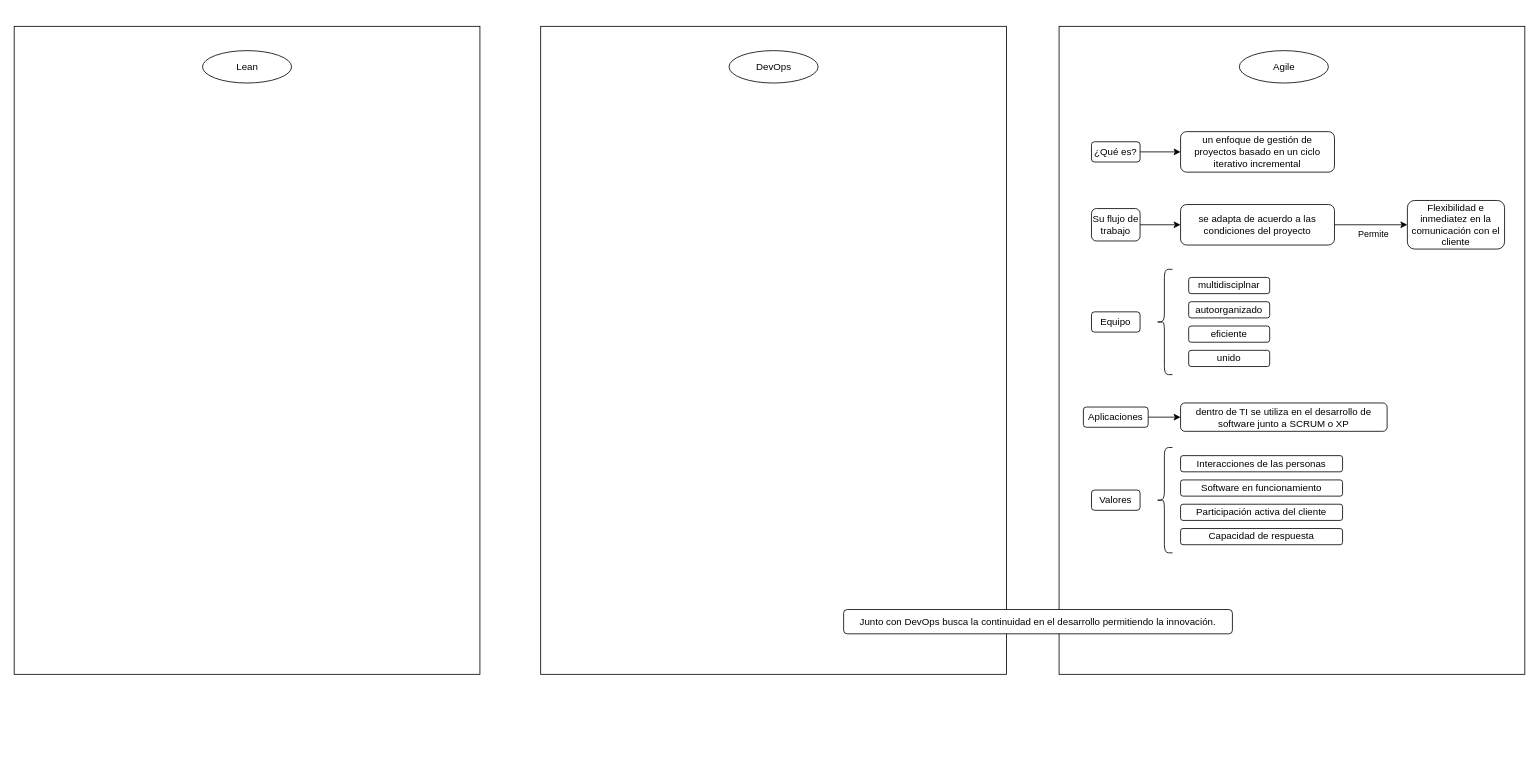
Earlier version of the draw.io diagram Mapa conceptual - DevOps, Lean y Agile.drawio (dbchango/Crecimiento_evol_sw). Source tidied: cells renumbered, new cells numbered last; positions are measured from the earlier drawing's top-left corner, leaving out a move shared by most shapes. Both pictures are drawn from the tidied source at 81%, with x=0, y=0 at pixel (14, 26). Pictures stored in the file or linked from it are replaced by grey dashed boxes.
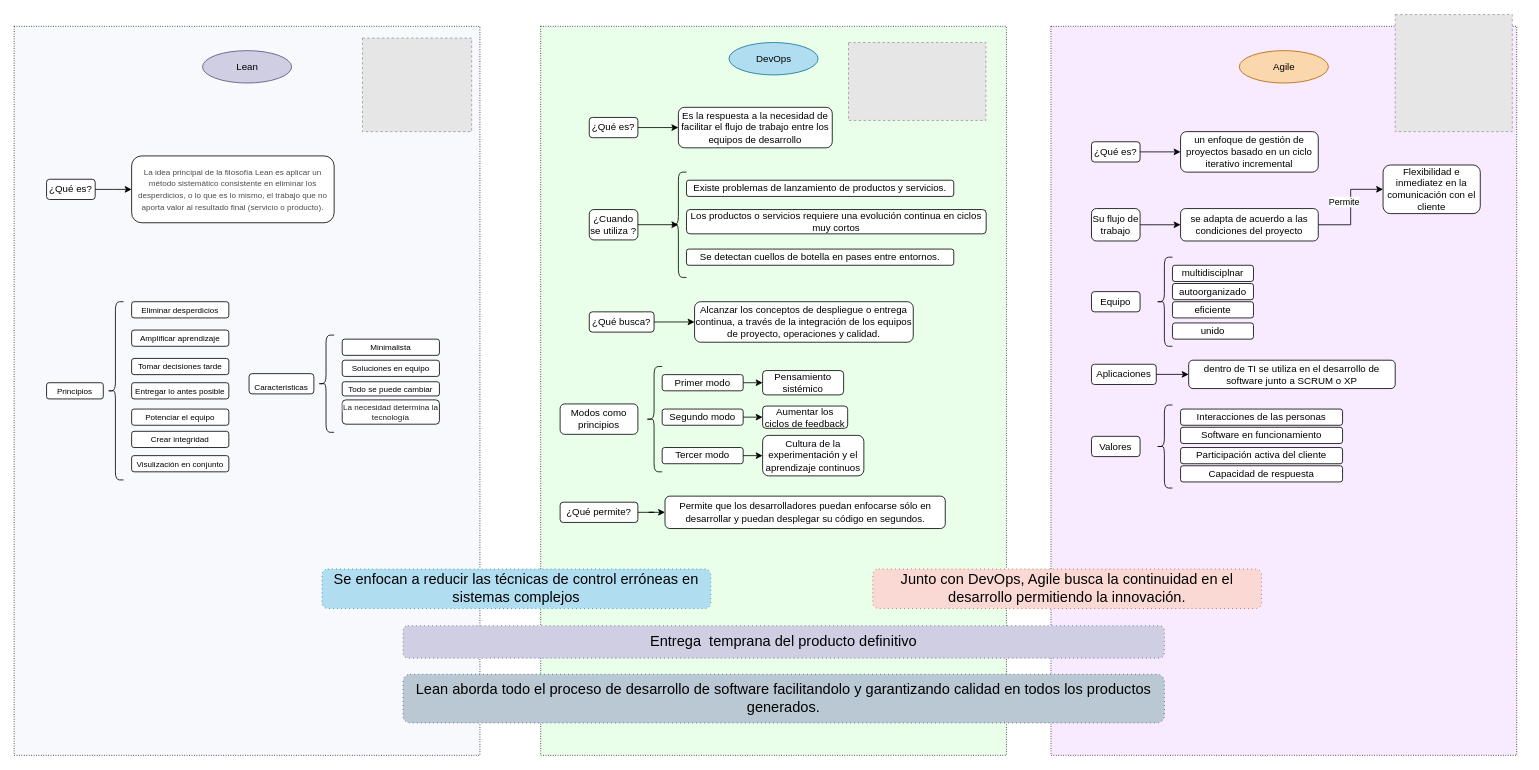
The same diagram, later.

Commit message:
Mapa conceptual terminado

The edit, as a diff of the source:
```diff
@@
-    <mxCell id="2" style="rounded=0;whiteSpace=wrap;html=1;" parent="1" vertex="1">
-      <mxGeometry width="575" height="800" as="geometry" />
-    </mxCell>
-    <mxCell id="3" style="rounded=0;whiteSpace=wrap;html=1;" parent="1" vertex="1">
-      <mxGeometry x="650" width="575" height="800" as="geometry" />
-    </mxCell>
-    <mxCell id="4" style="rounded=0;whiteSpace=wrap;html=1;" parent="1" vertex="1">
-      <mxGeometry x="1290" width="575" height="800" as="geometry" />
-    </mxCell>
+    <mxCell id="33" style="rounded=0;whiteSpace=wrap;html=1;dashed=1;dashPattern=1 2;shadow=0;fillColor=#F7F9FC;" parent="1" vertex="1">
+      <mxGeometry width="575" height="900" as="geometry" />
+    </mxCell>
+    <mxCell id="34" style="rounded=0;whiteSpace=wrap;html=1;dashed=1;dashPattern=1 2;fillColor=#EAFFE9;" parent="1" vertex="1">
+      <mxGeometry x="650" width="575" height="900" as="geometry" />
+    </mxCell>
+    <mxCell id="35" style="rounded=0;whiteSpace=wrap;html=1;dashed=1;dashPattern=1 2;fillColor=#F8EBFF;" parent="1" vertex="1">
+      <mxGeometry x="1280" width="575" height="900" as="geometry" />
+    </mxCell>
-    <mxCell id="5" value="Lean" style="ellipse;whiteSpace=wrap;html=1;" parent="1" vertex="1">
+    <mxCell id="5" value="Lean" style="ellipse;whiteSpace=wrap;html=1;fillColor=#d0cee2;strokeColor=#56517e;" parent="1" vertex="1">
       <mxGeometry x="232.5" y="30" width="110" height="40" as="geometry" />
     </mxCell>
-    <mxCell id="6" value="DevOps" style="ellipse;whiteSpace=wrap;html=1;" parent="1" vertex="1">
-      <mxGeometry x="882.5" y="30" width="110" height="40" as="geometry" />
+    <mxCell id="6" value="DevOps" style="ellipse;whiteSpace=wrap;html=1;fillColor=#b1ddf0;strokeColor=#10739e;" parent="1" vertex="1">
+      <mxGeometry x="882.5" y="20" width="110" height="40" as="geometry" />
     </mxCell>
-    <mxCell id="7" value="Agile" style="ellipse;whiteSpace=wrap;html=1;" parent="1" vertex="1">
+    <mxCell id="7" value="Agile" style="ellipse;whiteSpace=wrap;html=1;fillColor=#fad7ac;strokeColor=#b46504;" parent="1" vertex="1">
       <mxGeometry x="1512.5" y="30" width="110" height="40" as="geometry" />
     </mxCell>
     <mxCell id="8" value="un enfoque de gestión de proyectos basado en un ciclo iterativo incremental" style="rounded=1;whiteSpace=wrap;html=1;" parent="1" vertex="1">
-      <mxGeometry x="1440" y="130" width="190" height="50" as="geometry" />
+      <mxGeometry x="1440" y="130" width="170" height="50" as="geometry" />
     </mxCell>
@@
     <mxCell id="11" value="se adapta de acuerdo a las condiciones del proyecto" style="rounded=1;whiteSpace=wrap;html=1;" parent="1" vertex="1">
-      <mxGeometry x="1440" y="220" width="190" height="50" as="geometry" />
+      <mxGeometry x="1440" y="225" width="170" height="40" as="geometry" />
     </mxCell>
     <mxCell id="12" value="Flexibilidad e inmediatez en la comunicación con el cliente" style="rounded=1;whiteSpace=wrap;html=1;" parent="1" vertex="1">
-      <mxGeometry x="1720" y="215" width="120" height="60" as="geometry" />
+      <mxGeometry x="1690" y="171.2" width="120" height="60" as="geometry" />
     </mxCell>
     <mxCell id="13" value="Equipo" style="rounded=1;whiteSpace=wrap;html=1;" parent="1" vertex="1">
-      <mxGeometry x="1330" y="352.5" width="60" height="25" as="geometry" />
+      <mxGeometry x="1330" y="327.5" width="60" height="25" as="geometry" />
     </mxCell>
@@
     <mxCell id="18" value="multidisciplnar" style="rounded=1;whiteSpace=wrap;html=1;" parent="1" vertex="1">
-      <mxGeometry x="1450" y="310" width="100" height="20" as="geometry" />
+      <mxGeometry x="1430" y="295" width="100" height="20" as="geometry" />
     </mxCell>
     <mxCell id="19" value="autoorganizado" style="rounded=1;whiteSpace=wrap;html=1;" parent="1" vertex="1">
-      <mxGeometry x="1450" y="340" width="100" height="20" as="geometry" />
+      <mxGeometry x="1430" y="317.5" width="100" height="20" as="geometry" />
     </mxCell>
     <mxCell id="20" value="eficiente" style="rounded=1;whiteSpace=wrap;html=1;" parent="1" vertex="1">
-      <mxGeometry x="1450" y="370" width="100" height="20" as="geometry" />
+      <mxGeometry x="1430" y="340" width="100" height="20" as="geometry" />
     </mxCell>
     <mxCell id="21" value="unido" style="rounded=1;whiteSpace=wrap;html=1;" parent="1" vertex="1">
-      <mxGeometry x="1450" y="400" width="100" height="20" as="geometry" />
+      <mxGeometry x="1430" y="366.2" width="100" height="20" as="geometry" />
     </mxCell>
-    <mxCell id="22" style="shape=curlyBracket;whiteSpace=wrap;html=1;rounded=1;" parent="1" vertex="1">
-      <mxGeometry x="1410" y="300" width="20" height="130" as="geometry" />
-    </mxCell>
+    <mxCell id="36" style="shape=curlyBracket;whiteSpace=wrap;html=1;rounded=1;" parent="1" vertex="1">
+      <mxGeometry x="1410" y="285" width="20" height="110" as="geometry" />
+    </mxCell>
@@
     <mxCell id="24" value="Aplicaciones" style="rounded=1;whiteSpace=wrap;html=1;" parent="1" vertex="1">
-      <mxGeometry x="1320" y="470" width="80" height="25" as="geometry" />
+      <mxGeometry x="1330" y="417.2" width="80" height="25" as="geometry" />
     </mxCell>
     <mxCell id="25" value="dentro de TI se utiliza en el desarrollo de software junto a SCRUM o XP" style="rounded=1;whiteSpace=wrap;html=1;" parent="1" vertex="1">
-      <mxGeometry x="1440" y="465" width="255" height="35" as="geometry" />
+      <mxGeometry x="1450" y="412.2" width="255" height="35" as="geometry" />
     </mxCell>
     <mxCell id="26" value="Valores" style="rounded=1;whiteSpace=wrap;html=1;" parent="1" vertex="1">
-      <mxGeometry x="1330" y="572.5" width="60" height="25" as="geometry" />
+      <mxGeometry x="1330" y="506.2" width="60" height="25" as="geometry" />
     </mxCell>
-    <mxCell id="27" style="shape=curlyBracket;whiteSpace=wrap;html=1;rounded=1;" parent="1" vertex="1">
-      <mxGeometry x="1410" y="520" width="20" height="130" as="geometry" />
-    </mxCell>
+    <mxCell id="37" style="shape=curlyBracket;whiteSpace=wrap;html=1;rounded=1;" parent="1" vertex="1">
+      <mxGeometry x="1410" y="467.5" width="20" height="102.5" as="geometry" />
+    </mxCell>
     <mxCell id="28" value="Interacciones de las personas" style="rounded=1;whiteSpace=wrap;html=1;" parent="1" vertex="1">
-      <mxGeometry x="1440" y="530" width="200" height="20" as="geometry" />
+      <mxGeometry x="1440" y="472.5" width="200" height="20" as="geometry" />
     </mxCell>
     <mxCell id="29" value="Software en funcionamiento" style="rounded=1;whiteSpace=wrap;html=1;" parent="1" vertex="1">
-      <mxGeometry x="1440" y="560" width="200" height="20" as="geometry" />
+      <mxGeometry x="1440" y="495" width="200" height="20" as="geometry" />
     </mxCell>
     <mxCell id="30" value="Participación activa del cliente" style="rounded=1;whiteSpace=wrap;html=1;" parent="1" vertex="1">
-      <mxGeometry x="1440" y="590" width="200" height="20" as="geometry" />
+      <mxGeometry x="1440" y="520" width="200" height="20" as="geometry" />
     </mxCell>
     <mxCell id="31" value="Capacidad de respuesta" style="rounded=1;whiteSpace=wrap;html=1;" parent="1" vertex="1">
-      <mxGeometry x="1440" y="620" width="200" height="20" as="geometry" />
+      <mxGeometry x="1440" y="542.5" width="200" height="20" as="geometry" />
     </mxCell>
-    <mxCell id="32" value="Junto con DevOps busca la continuidad en el desarrollo permitiendo la innovación." style="rounded=1;whiteSpace=wrap;html=1;" parent="1" vertex="1">
-      <mxGeometry x="1024" y="720" width="480" height="30" as="geometry" />
-    </mxCell>
+    <mxCell id="38" value="&lt;font style=&quot;font-size: 18px&quot;&gt;Junto con DevOps, Agile busca la continuidad en el desarrollo permitiendo la innovación.&lt;/font&gt;" style="rounded=1;whiteSpace=wrap;html=1;dashed=1;dashPattern=1 4;fillColor=#fad9d5;strokeColor=#ae4132;" parent="1" vertex="1">
+      <mxGeometry x="1060" y="670" width="480" height="48.8" as="geometry" />
+    </mxCell>
+    <mxCell id="39" style="edgeStyle=orthogonalEdgeStyle;rounded=0;jettySize=auto;html=1;exitX=1;exitY=0.5;exitDx=0;exitDy=0;" parent="1" edge="1" source="40" target="41">
+      <mxGeometry relative="1" as="geometry" />
+    </mxCell>
+    <mxCell id="40" value="¿Qué es?" style="rounded=1;whiteSpace=wrap;html=1;" parent="1" vertex="1">
+      <mxGeometry x="40" y="188.8" width="60" height="25" as="geometry" />
+    </mxCell>
+    <mxCell id="41" value="&lt;span style=&quot;color: rgb(75 , 75 , 77) ; font-family: , &amp;#34;futura&amp;#34; , sans-serif ; background-color: rgb(255 , 255 , 255)&quot;&gt;&lt;font style=&quot;font-size: 10px&quot;&gt;La idea principal de la filosofía Lean es aplicar un método sistemático consistente en eliminar los desperdicios, o lo que es lo mismo, el trabajo que no aporta valor al resultado final (servicio o producto).&lt;/font&gt;&lt;/span&gt;" style="rounded=1;whiteSpace=wrap;html=1;" parent="1" vertex="1">
+      <mxGeometry x="145" y="160" width="250" height="82.5" as="geometry" />
+    </mxCell>
+    <mxCell id="42" value="Principios" style="rounded=1;whiteSpace=wrap;html=1;fontSize=10;" parent="1" vertex="1">
+      <mxGeometry x="40" y="440" width="70" height="20" as="geometry" />
+    </mxCell>
+    <mxCell id="43" style="shape=curlyBracket;whiteSpace=wrap;html=1;rounded=1;" parent="1" vertex="1">
+      <mxGeometry x="115" y="340" width="20" height="220" as="geometry" />
+    </mxCell>
+    <mxCell id="44" value="Eliminar desperdicios" style="rounded=1;whiteSpace=wrap;html=1;fontSize=10;" parent="1" vertex="1">
+      <mxGeometry x="145" y="340" width="120" height="20" as="geometry" />
+    </mxCell>
+    <mxCell id="45" value="Amplificar aprendizaje" style="rounded=1;whiteSpace=wrap;html=1;fontSize=10;" parent="1" vertex="1">
+      <mxGeometry x="145" y="375" width="120" height="20" as="geometry" />
+    </mxCell>
+    <mxCell id="46" value="Tomar decisiones tarde" style="rounded=1;whiteSpace=wrap;html=1;fontSize=10;" parent="1" vertex="1">
+      <mxGeometry x="145" y="410" width="120" height="20" as="geometry" />
+    </mxCell>
+    <mxCell id="47" value="Entregar lo antes posible" style="rounded=1;whiteSpace=wrap;html=1;fontSize=10;" parent="1" vertex="1">
+      <mxGeometry x="145" y="440" width="120" height="20" as="geometry" />
+    </mxCell>
+    <mxCell id="48" value="Potenciar el equipo" style="rounded=1;whiteSpace=wrap;html=1;fontSize=10;" parent="1" vertex="1">
+      <mxGeometry x="145" y="472.5" width="120" height="20" as="geometry" />
+    </mxCell>
+    <mxCell id="49" value="Crear integridad" style="rounded=1;whiteSpace=wrap;html=1;fontSize=10;" parent="1" vertex="1">
+      <mxGeometry x="145" y="500" width="120" height="20" as="geometry" />
+    </mxCell>
+    <mxCell id="50" value="Visulización en conjunto" style="rounded=1;whiteSpace=wrap;html=1;fontSize=10;" parent="1" vertex="1">
+      <mxGeometry x="145" y="530" width="120" height="20" as="geometry" />
+    </mxCell>
+    <mxCell id="51" value="&lt;font style=&quot;font-size: 18px&quot;&gt;Entrega&amp;nbsp; temprana del producto definitivo&lt;/font&gt;" style="rounded=1;whiteSpace=wrap;html=1;fontSize=8;dashed=1;dashPattern=1 4;fillColor=#d0cee2;strokeColor=#56517e;" parent="1" vertex="1">
+      <mxGeometry x="480" y="740" width="940" height="40" as="geometry" />
+    </mxCell>
+    <mxCell id="52" value="&lt;font style=&quot;font-size: 10px&quot;&gt;Caracteristicas&lt;/font&gt;" style="rounded=1;whiteSpace=wrap;html=1;fontSize=20;align=center;" parent="1" vertex="1">
+      <mxGeometry x="290" y="428.8" width="80" height="25" as="geometry" />
+    </mxCell>
+    <mxCell id="53" style="shape=curlyBracket;whiteSpace=wrap;html=1;rounded=1;" parent="1" vertex="1">
+      <mxGeometry x="375" y="381.2" width="20" height="120" as="geometry" />
+    </mxCell>
+    <mxCell id="54" value="Minimalista" style="rounded=1;whiteSpace=wrap;html=1;fontSize=10;" parent="1" vertex="1">
+      <mxGeometry x="405" y="386.2" width="120" height="20" as="geometry" />
+    </mxCell>
+    <mxCell id="55" value="Soluciones en equipo" style="rounded=1;whiteSpace=wrap;html=1;fontSize=10;" parent="1" vertex="1">
+      <mxGeometry x="405" y="412.2" width="120" height="20" as="geometry" />
+    </mxCell>
+    <mxCell id="56" value="Todo se puede cambiar" style="rounded=1;whiteSpace=wrap;html=1;fontSize=10;" parent="1" vertex="1">
+      <mxGeometry x="405" y="438.8" width="120" height="17.5" as="geometry" />
+    </mxCell>
+    <mxCell id="57" value="&lt;span style=&quot;color: rgb(32 , 33 , 36) ; text-align: left ; background-color: rgb(255 , 255 , 255)&quot;&gt;&lt;font style=&quot;font-size: 10px&quot;&gt;La necesidad determina la tecnología&lt;/font&gt;&lt;/span&gt;" style="rounded=1;whiteSpace=wrap;html=1;fontSize=10;" parent="1" vertex="1">
+      <mxGeometry x="405" y="461.2" width="120" height="30" as="geometry" />
+    </mxCell>
+    <mxCell id="58" value="&lt;font style=&quot;font-size: 18px&quot;&gt;Lean aborda todo el proceso de desarrollo de software facilitandolo y garantizando calidad en todos los productos generados.&lt;/font&gt;" style="rounded=1;whiteSpace=wrap;html=1;dashed=1;dashPattern=1 4;fillColor=#bac8d3;strokeColor=#23445d;" parent="1" vertex="1">
+      <mxGeometry x="480" y="800" width="940" height="60" as="geometry" />
+    </mxCell>
+    <mxCell id="59" style="fillColor=#E6E6E6;strokeColor=#999999;dashed=1;verticalLabelPosition=bottom;labelBackgroundColor=#ffffff;verticalAlign=top;" parent="1" vertex="1">
+      <mxGeometry x="1705" y="-14.5" width="144.5" height="144.5" as="geometry" />
+    </mxCell>
+    <mxCell id="60" style="fillColor=#E6E6E6;strokeColor=#999999;dashed=1;verticalLabelPosition=bottom;labelBackgroundColor=#ffffff;verticalAlign=top;" parent="1" vertex="1">
+      <mxGeometry x="1030" y="20" width="169.7" height="96.2" as="geometry" />
+    </mxCell>
+    <mxCell id="61" style="fillColor=#E6E6E6;strokeColor=#999999;dashed=1;verticalLabelPosition=bottom;labelBackgroundColor=#ffffff;verticalAlign=top;" parent="1" vertex="1">
+      <mxGeometry x="430" y="14.5" width="134.8" height="115.5" as="geometry" />
+    </mxCell>
+    <mxCell id="62" value="&lt;font style=&quot;font-size: 18px&quot;&gt;Se enfocan a reducir las técnicas de control erróneas en sistemas complejos&lt;/font&gt;" style="rounded=1;whiteSpace=wrap;html=1;dashed=1;dashPattern=1 4;fillColor=#b1ddf0;strokeColor=#10739e;" parent="1" vertex="1">
+      <mxGeometry x="380" y="670" width="480" height="48.8" as="geometry" />
+    </mxCell>
+    <mxCell id="63" value="Es la respuesta a la necesidad de facilitar el flujo de trabajo entre los equipos de desarrollo" style="rounded=1;whiteSpace=wrap;html=1;" parent="1" vertex="1">
+      <mxGeometry x="820" y="100" width="190" height="50" as="geometry" />
+    </mxCell>
+    <mxCell id="64" style="edgeStyle=orthogonalEdgeStyle;rounded=0;jettySize=auto;html=1;entryX=0;entryY=0.5;entryDx=0;entryDy=0;" parent="1" edge="1" source="65" target="63">
+      <mxGeometry relative="1" as="geometry" />
+    </mxCell>
+    <mxCell id="65" value="¿Qué es?" style="rounded=1;whiteSpace=wrap;html=1;" parent="1" vertex="1">
+      <mxGeometry x="710" y="112.5" width="60" height="25" as="geometry" />
+    </mxCell>
+    <mxCell id="66" value="¿Cuando se utiliza ?" style="rounded=1;whiteSpace=wrap;html=1;" parent="1" vertex="1">
+      <mxGeometry x="710" y="226.2" width="60" height="37.5" as="geometry" />
+    </mxCell>
+    <mxCell id="67" value="Existe problemas de lanzamiento de productos y servicios." style="rounded=1;whiteSpace=wrap;html=1;" parent="1" vertex="1">
+      <mxGeometry x="830" y="190" width="330" height="20" as="geometry" />
+    </mxCell>
+    <mxCell id="68" value="Los productos o servicios requiere una evolución continua en ciclos muy cortos" style="rounded=1;whiteSpace=wrap;html=1;" parent="1" vertex="1">
+      <mxGeometry x="830" y="226.2" width="370" height="30" as="geometry" />
+    </mxCell>
+    <mxCell id="69" value="Se detectan cuellos de botella en pases entre entornos." style="rounded=1;whiteSpace=wrap;html=1;" parent="1" vertex="1">
+      <mxGeometry x="830" y="275" width="330" height="20" as="geometry" />
+    </mxCell>
+    <mxCell id="70" style="shape=curlyBracket;whiteSpace=wrap;html=1;rounded=1;" parent="1" vertex="1">
+      <mxGeometry x="810" y="180" width="20" height="130" as="geometry" />
+    </mxCell>
+    <mxCell id="71" style="edgeStyle=orthogonalEdgeStyle;rounded=0;orthogonalLoop=1;jettySize=auto;html=1;entryX=0;entryY=0.5;entryDx=0;entryDy=0;" parent="1" edge="1">
+      <mxGeometry relative="1" as="geometry">
+        <mxPoint x="770" y="244.9" as="sourcePoint" />
+        <mxPoint x="820" y="244.9" as="targetPoint" />
+      </mxGeometry>
+    </mxCell>
+    <mxCell id="72" value="Alcanzar los conceptos de despliegue o entrega continua, a través de la integración de los equipos de proyecto, operaciones y calidad." style="rounded=1;whiteSpace=wrap;html=1;" parent="1" vertex="1">
+      <mxGeometry x="840" y="340" width="270" height="50" as="geometry" />
+    </mxCell>
+    <mxCell id="73" style="edgeStyle=orthogonalEdgeStyle;rounded=0;jettySize=auto;html=1;entryX=0;entryY=0.5;entryDx=0;entryDy=0;" parent="1" edge="1" source="74" target="72">
+      <mxGeometry relative="1" as="geometry" />
+    </mxCell>
+    <mxCell id="74" value="¿Qué busca?" style="rounded=1;whiteSpace=wrap;html=1;" parent="1" vertex="1">
+      <mxGeometry x="710" y="352.5" width="80" height="25" as="geometry" />
+    </mxCell>
+    <mxCell id="75" value="Modos como principios" style="rounded=1;whiteSpace=wrap;html=1;" parent="1" vertex="1">
+      <mxGeometry x="674" y="466.2" width="96" height="37.5" as="geometry" />
+    </mxCell>
+    <mxCell id="76" value="Primer modo" style="rounded=1;whiteSpace=wrap;html=1;" parent="1" vertex="1">
+      <mxGeometry x="800" y="430" width="100" height="20" as="geometry" />
+    </mxCell>
+    <mxCell id="77" value="Segundo modo" style="rounded=1;whiteSpace=wrap;html=1;" parent="1" vertex="1">
+      <mxGeometry x="800" y="472.5" width="100" height="20" as="geometry" />
+    </mxCell>
+    <mxCell id="78" value="Tercer modo" style="rounded=1;whiteSpace=wrap;html=1;" parent="1" vertex="1">
+      <mxGeometry x="800" y="520" width="100" height="20" as="geometry" />
+    </mxCell>
+    <mxCell id="79" style="shape=curlyBracket;whiteSpace=wrap;html=1;rounded=1;" parent="1" vertex="1">
+      <mxGeometry x="780" y="420" width="20" height="130" as="geometry" />
+    </mxCell>
+    <mxCell id="80" value="Pensamiento sistémico" style="rounded=1;whiteSpace=wrap;html=1;" parent="1" vertex="1">
+      <mxGeometry x="924" y="425" width="100" height="30" as="geometry" />
+    </mxCell>
+    <mxCell id="81" value="Aumentar los ciclos de feedback" style="rounded=1;whiteSpace=wrap;html=1;" parent="1" vertex="1">
+      <mxGeometry x="924" y="468.8" width="105" height="27.5" as="geometry" />
+    </mxCell>
+    <mxCell id="82" value="&lt;span style=&quot;font-family: &amp;#34;charlie text&amp;#34; , , &amp;#34;blinkmacsystemfont&amp;#34; , &amp;#34;segoe ui&amp;#34; , &amp;#34;roboto&amp;#34; , &amp;#34;noto sans&amp;#34; , &amp;#34;ubuntu&amp;#34; , &amp;#34;droid sans&amp;#34; , &amp;#34;helvetica neue&amp;#34; , sans-serif ; background-color: rgb(255 , 255 , 255)&quot;&gt;Cultura de la experimentación y el aprendizaje continuos&lt;/span&gt;" style="rounded=1;whiteSpace=wrap;html=1;align=center;" parent="1" vertex="1">
+      <mxGeometry x="924" y="505" width="125" height="50" as="geometry" />
+    </mxCell>
+    <mxCell id="83" style="edgeStyle=orthogonalEdgeStyle;rounded=0;jettySize=auto;html=1;entryX=0;entryY=0.5;entryDx=0;entryDy=0;exitX=1;exitY=0.5;exitDx=0;exitDy=0;" parent="1" edge="1" source="76" target="80">
+      <mxGeometry relative="1" as="geometry" />
+    </mxCell>
+    <mxCell id="84" style="edgeStyle=orthogonalEdgeStyle;rounded=0;jettySize=auto;html=1;entryX=0;entryY=0.5;entryDx=0;entryDy=0;exitX=1;exitY=0.5;exitDx=0;exitDy=0;" parent="1" edge="1" source="77" target="81">
+      <mxGeometry relative="1" as="geometry" />
+    </mxCell>
+    <mxCell id="85" style="edgeStyle=orthogonalEdgeStyle;rounded=0;jettySize=auto;html=1;entryX=0;entryY=0.5;entryDx=0;entryDy=0;exitX=1;exitY=0.5;exitDx=0;exitDy=0;" parent="1" edge="1" source="78" target="82">
+      <mxGeometry relative="1" as="geometry" />
+    </mxCell>
+    <mxCell id="86" value="&lt;span style=&quot;background-color: rgb(255 , 255 , 255)&quot;&gt;&lt;font style=&quot;font-size: 12px&quot;&gt;Permite que los desarrolladores puedan enfocarse sólo en desarrollar y puedan desplegar su código en segundos.&lt;/font&gt;&lt;/span&gt;" style="rounded=1;whiteSpace=wrap;html=1;" parent="1" vertex="1">
+      <mxGeometry x="803.5" y="580" width="346" height="40" as="geometry" />
+    </mxCell>
+    <mxCell id="87" style="edgeStyle=orthogonalEdgeStyle;rounded=0;jettySize=auto;html=1;entryX=0;entryY=0.5;entryDx=0;entryDy=0;" parent="1" edge="1" source="88" target="86">
+      <mxGeometry relative="1" as="geometry" />
+    </mxCell>
+    <mxCell id="88" value="¿Qué permite?" style="rounded=1;whiteSpace=wrap;html=1;" parent="1" vertex="1">
+      <mxGeometry x="674" y="587.5" width="96" height="25" as="geometry" />
+    </mxCell>
+    <mxCell id="89" style="edgeStyle=orthogonalEdgeStyle;rounded=0;orthogonalLoop=1;jettySize=auto;html=1;exitX=0.5;exitY=1;exitDx=0;exitDy=0;" parent="1" edge="1" source="38" target="38">
+      <mxGeometry relative="1" as="geometry" />
+    </mxCell>
```
